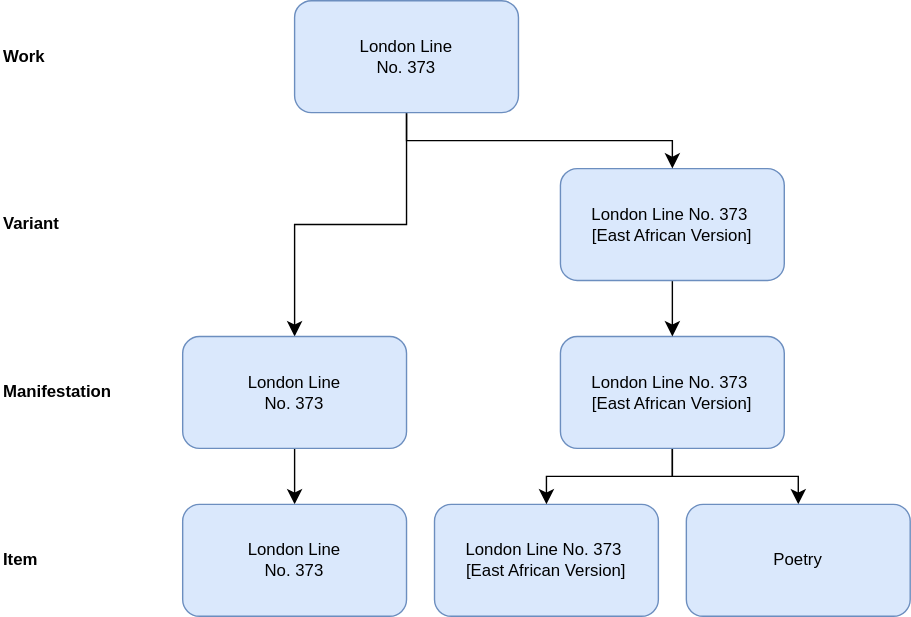
Before: markdown/diagrams/numb_19.drawio.svg, a diagram exported from draw.io (FIAF/fiaf-cataloguing-manual). Source tidied: cells renumbered, new cells last; positions are measured from the earlier drawing's top-left corner, leaving out a move shared by most shapes.
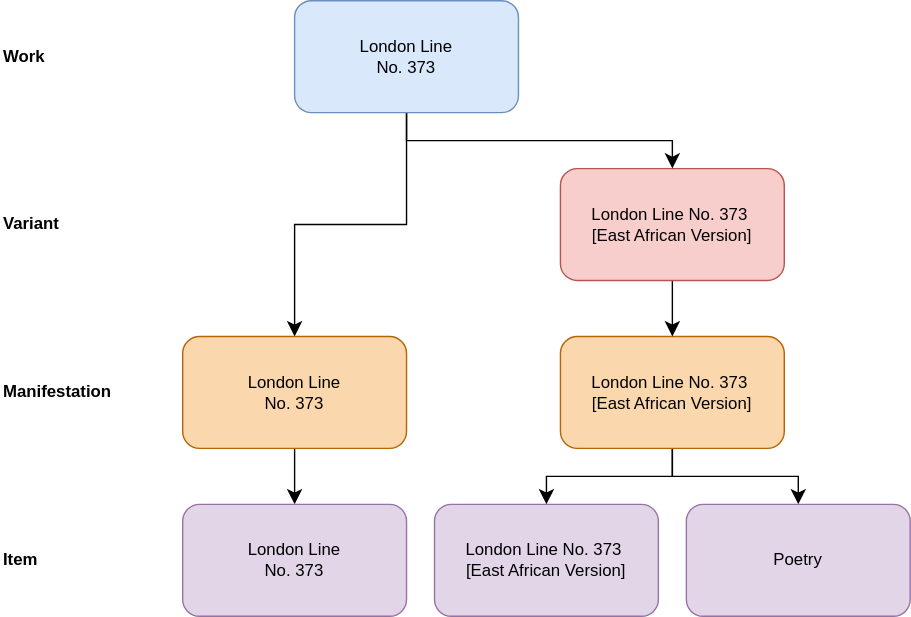
After the change.

Change to the diagram source:
```diff
@@ -5,53 +5,53 @@
     <mxCell id="2" value="Item" style="text;html=1;whiteSpace=wrap;strokeColor=none;fillColor=none;align=left;verticalAlign=middle;rounded=0;fontStyle=1;" parent="1" vertex="1">
       <mxGeometry y="385" width="110" height="30" as="geometry" />
     </mxCell>
-    <mxCell id="3" value="&lt;div&gt;London Line No. 373&amp;nbsp;&lt;/div&gt;&lt;div&gt;[East African Version]&lt;/div&gt;" style="rounded=1;whiteSpace=wrap;html=1;fillColor=#dae8fc;strokeColor=#6c8ebf;" parent="1" vertex="1">
-      <mxGeometry x="310" y="360" width="160" height="80" as="geometry" />
-    </mxCell>
-    <mxCell id="4" style="edgeStyle=orthogonalEdgeStyle;rounded=0;jettySize=auto;html=1;exitX=0.5;exitY=1;exitDx=0;exitDy=0;entryX=0.5;entryY=0;entryDx=0;entryDy=0;fontSize=12;startSize=8;endSize=8;" parent="1" edge="1" source="6" target="3">
-      <mxGeometry relative="1" as="geometry" />
-    </mxCell>
-    <mxCell id="5" style="edgeStyle=orthogonalEdgeStyle;rounded=0;jettySize=auto;html=1;exitX=0.5;exitY=1;exitDx=0;exitDy=0;entryX=0.5;entryY=0;entryDx=0;entryDy=0;fontSize=12;startSize=8;endSize=8;" parent="1" edge="1" source="6" target="11">
-      <mxGeometry relative="1" as="geometry" />
-    </mxCell>
-    <mxCell id="6" value="&lt;div&gt;London Line No. 373&amp;nbsp;&lt;/div&gt;&lt;div&gt;[East African Version]&lt;/div&gt;" style="rounded=1;whiteSpace=wrap;html=1;fillColor=#dae8fc;strokeColor=#6c8ebf;" parent="1" vertex="1">
-      <mxGeometry x="400" y="240" width="160" height="80" as="geometry" />
-    </mxCell>
-    <mxCell id="7" style="edgeStyle=none;curved=1;rounded=0;jettySize=auto;html=1;exitX=0.5;exitY=1;exitDx=0;exitDy=0;entryX=0.5;entryY=0;entryDx=0;entryDy=0;fontSize=12;startSize=8;endSize=8;" parent="1" edge="1" source="8" target="6">
-      <mxGeometry relative="1" as="geometry" />
-    </mxCell>
-    <mxCell id="8" value="&lt;div&gt;London Line No. 373&amp;nbsp;&lt;/div&gt;&lt;div&gt;[East African Version]&lt;/div&gt;" style="rounded=1;whiteSpace=wrap;html=1;fillColor=#dae8fc;strokeColor=#6c8ebf;" parent="1" vertex="1">
-      <mxGeometry x="400" y="120" width="160" height="80" as="geometry" />
-    </mxCell>
+    <mxCell id="19" value="&lt;div&gt;London Line No. 373&amp;nbsp;&lt;/div&gt;&lt;div&gt;[East African Version]&lt;/div&gt;" style="rounded=1;whiteSpace=wrap;html=1;fillColor=#e1d5e7;strokeColor=#9673a6;" parent="1" vertex="1">
+      <mxGeometry x="310" y="360" width="160" height="80" as="geometry" />
+    </mxCell>
+    <mxCell id="20" style="edgeStyle=orthogonalEdgeStyle;rounded=0;jettySize=auto;html=1;exitX=0.5;exitY=1;exitDx=0;exitDy=0;entryX=0.5;entryY=0;entryDx=0;entryDy=0;fontSize=12;startSize=8;endSize=8;" parent="1" edge="1" source="22" target="19">
+      <mxGeometry relative="1" as="geometry" />
+    </mxCell>
+    <mxCell id="21" style="edgeStyle=orthogonalEdgeStyle;rounded=0;jettySize=auto;html=1;exitX=0.5;exitY=1;exitDx=0;exitDy=0;entryX=0.5;entryY=0;entryDx=0;entryDy=0;fontSize=12;startSize=8;endSize=8;" parent="1" edge="1" source="22" target="11">
+      <mxGeometry relative="1" as="geometry" />
+    </mxCell>
+    <mxCell id="22" value="&lt;div&gt;London Line No. 373&amp;nbsp;&lt;/div&gt;&lt;div&gt;[East African Version]&lt;/div&gt;" style="rounded=1;whiteSpace=wrap;html=1;fillColor=#fad7ac;strokeColor=#b46504;" parent="1" vertex="1">
+      <mxGeometry x="400" y="240" width="160" height="80" as="geometry" />
+    </mxCell>
+    <mxCell id="23" style="edgeStyle=none;curved=1;rounded=0;jettySize=auto;html=1;exitX=0.5;exitY=1;exitDx=0;exitDy=0;entryX=0.5;entryY=0;entryDx=0;entryDy=0;fontSize=12;startSize=8;endSize=8;" parent="1" edge="1" source="24" target="22">
+      <mxGeometry relative="1" as="geometry" />
+    </mxCell>
+    <mxCell id="24" value="&lt;div&gt;London Line No. 373&amp;nbsp;&lt;/div&gt;&lt;div&gt;[East African Version]&lt;/div&gt;" style="rounded=1;whiteSpace=wrap;html=1;fillColor=#f8cecc;strokeColor=#b85450;" parent="1" vertex="1">
+      <mxGeometry x="400" y="120" width="160" height="80" as="geometry" />
+    </mxCell>
     <mxCell id="9" value="Manifestation" style="text;html=1;whiteSpace=wrap;strokeColor=none;fillColor=none;align=left;verticalAlign=middle;rounded=0;fontStyle=1;" parent="1" vertex="1">
       <mxGeometry y="265" width="110" height="30" as="geometry" />
     </mxCell>
     <mxCell id="10" value="Variant" style="text;html=1;whiteSpace=wrap;strokeColor=none;fillColor=none;align=left;verticalAlign=middle;rounded=0;fontStyle=1;" parent="1" vertex="1">
       <mxGeometry y="145" width="110" height="30" as="geometry" />
     </mxCell>
-    <mxCell id="11" value="Poetry" style="rounded=1;whiteSpace=wrap;html=1;fillColor=#dae8fc;strokeColor=#6c8ebf;" parent="1" vertex="1">
+    <mxCell id="11" value="Poetry" style="rounded=1;whiteSpace=wrap;html=1;fillColor=#e1d5e7;strokeColor=#9673a6;" parent="1" vertex="1">
       <mxGeometry x="490" y="360" width="160" height="80" as="geometry" />
     </mxCell>
-    <mxCell id="12" style="edgeStyle=orthogonalEdgeStyle;rounded=0;jettySize=auto;html=1;exitX=0.5;exitY=1;exitDx=0;exitDy=0;entryX=0.5;entryY=0;entryDx=0;entryDy=0;fontSize=12;startSize=8;endSize=8;" parent="1" edge="1" source="14" target="17">
-      <mxGeometry relative="1" as="geometry" />
-    </mxCell>
-    <mxCell id="13" style="edgeStyle=orthogonalEdgeStyle;rounded=0;jettySize=auto;html=1;exitX=0.5;exitY=1;exitDx=0;exitDy=0;entryX=0.5;entryY=0;entryDx=0;entryDy=0;fontSize=12;startSize=8;endSize=8;" parent="1" edge="1" source="14" target="8">
-      <mxGeometry relative="1" as="geometry" />
-    </mxCell>
+    <mxCell id="25" style="edgeStyle=orthogonalEdgeStyle;rounded=0;jettySize=auto;html=1;exitX=0.5;exitY=1;exitDx=0;exitDy=0;entryX=0.5;entryY=0;entryDx=0;entryDy=0;fontSize=12;startSize=8;endSize=8;" parent="1" edge="1" source="14" target="28">
+      <mxGeometry relative="1" as="geometry" />
+    </mxCell>
+    <mxCell id="26" style="edgeStyle=orthogonalEdgeStyle;rounded=0;jettySize=auto;html=1;exitX=0.5;exitY=1;exitDx=0;exitDy=0;entryX=0.5;entryY=0;entryDx=0;entryDy=0;fontSize=12;startSize=8;endSize=8;" parent="1" edge="1" source="14" target="24">
+      <mxGeometry relative="1" as="geometry" />
+    </mxCell>
     <mxCell id="14" value="&lt;div&gt;London Line&lt;/div&gt;&lt;div&gt;No. 373&lt;/div&gt;" style="rounded=1;whiteSpace=wrap;html=1;fillColor=#dae8fc;strokeColor=#6c8ebf;" parent="1" vertex="1">
       <mxGeometry x="210" width="160" height="80" as="geometry" />
     </mxCell>
     <mxCell id="15" value="Work" style="text;html=1;whiteSpace=wrap;strokeColor=none;fillColor=none;align=left;verticalAlign=middle;rounded=0;fontStyle=1;" parent="1" vertex="1">
       <mxGeometry y="25" width="110" height="30" as="geometry" />
     </mxCell>
-    <mxCell id="16" style="edgeStyle=none;curved=1;rounded=0;jettySize=auto;html=1;exitX=0.5;exitY=1;exitDx=0;exitDy=0;entryX=0.5;entryY=0;entryDx=0;entryDy=0;fontSize=12;startSize=8;endSize=8;" parent="1" edge="1" source="17" target="18">
-      <mxGeometry relative="1" as="geometry" />
-    </mxCell>
-    <mxCell id="17" value="&lt;div&gt;London Line&lt;/div&gt;&lt;div&gt;No. 373&lt;/div&gt;" style="rounded=1;whiteSpace=wrap;html=1;fillColor=#dae8fc;strokeColor=#6c8ebf;" parent="1" vertex="1">
-      <mxGeometry x="130" y="240" width="160" height="80" as="geometry" />
-    </mxCell>
-    <mxCell id="18" value="&lt;div&gt;London Line&lt;/div&gt;&lt;div&gt;No. 373&lt;/div&gt;" style="rounded=1;whiteSpace=wrap;html=1;fillColor=#dae8fc;strokeColor=#6c8ebf;" parent="1" vertex="1">
-      <mxGeometry x="130" y="360" width="160" height="80" as="geometry" />
-    </mxCell>
+    <mxCell id="27" style="edgeStyle=none;curved=1;rounded=0;jettySize=auto;html=1;exitX=0.5;exitY=1;exitDx=0;exitDy=0;entryX=0.5;entryY=0;entryDx=0;entryDy=0;fontSize=12;startSize=8;endSize=8;" parent="1" edge="1" source="28" target="29">
+      <mxGeometry relative="1" as="geometry" />
+    </mxCell>
+    <mxCell id="28" value="&lt;div&gt;London Line&lt;/div&gt;&lt;div&gt;No. 373&lt;/div&gt;" style="rounded=1;whiteSpace=wrap;html=1;fillColor=#fad7ac;strokeColor=#b46504;" parent="1" vertex="1">
+      <mxGeometry x="130" y="240" width="160" height="80" as="geometry" />
+    </mxCell>
+    <mxCell id="29" value="&lt;div&gt;London Line&lt;/div&gt;&lt;div&gt;No. 373&lt;/div&gt;" style="rounded=1;whiteSpace=wrap;html=1;fillColor=#e1d5e7;strokeColor=#9673a6;" parent="1" vertex="1">
+      <mxGeometry x="130" y="360" width="160" height="80" as="geometry" />
+    </mxCell>
   </root>
 </mxGraphModel>
```
